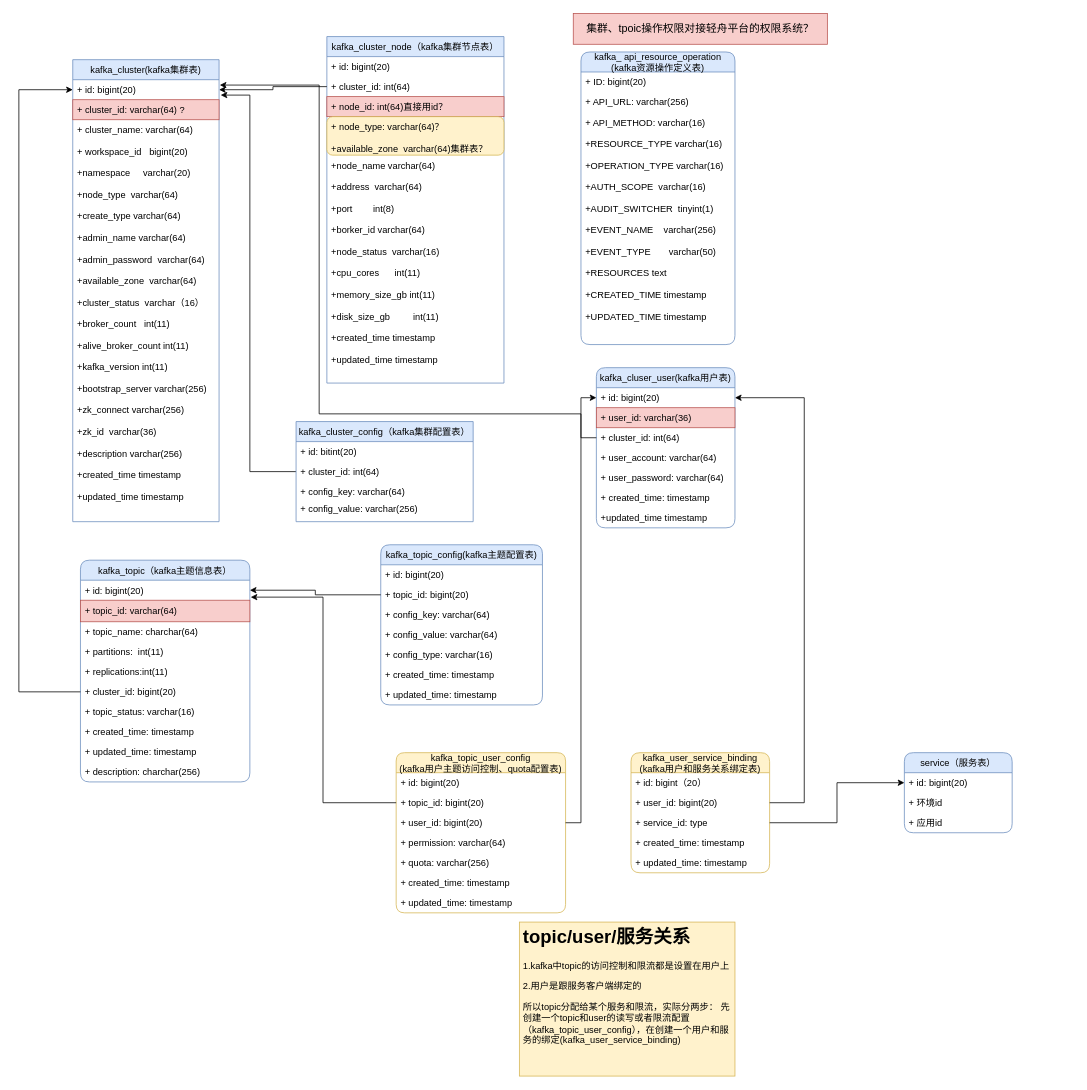
zzl-code/drawImg keeps this draw.io diagram as Untitled Diagram.drawio. Above is the earlier version. Source tidied: cells renumbered, new cells numbered last; positions are measured from the earlier drawing's top-left corner, leaving out a move shared by most shapes. Both pictures are drawn from the tidied source at 77%, with x=0, y=0 at pixel (18, 13).
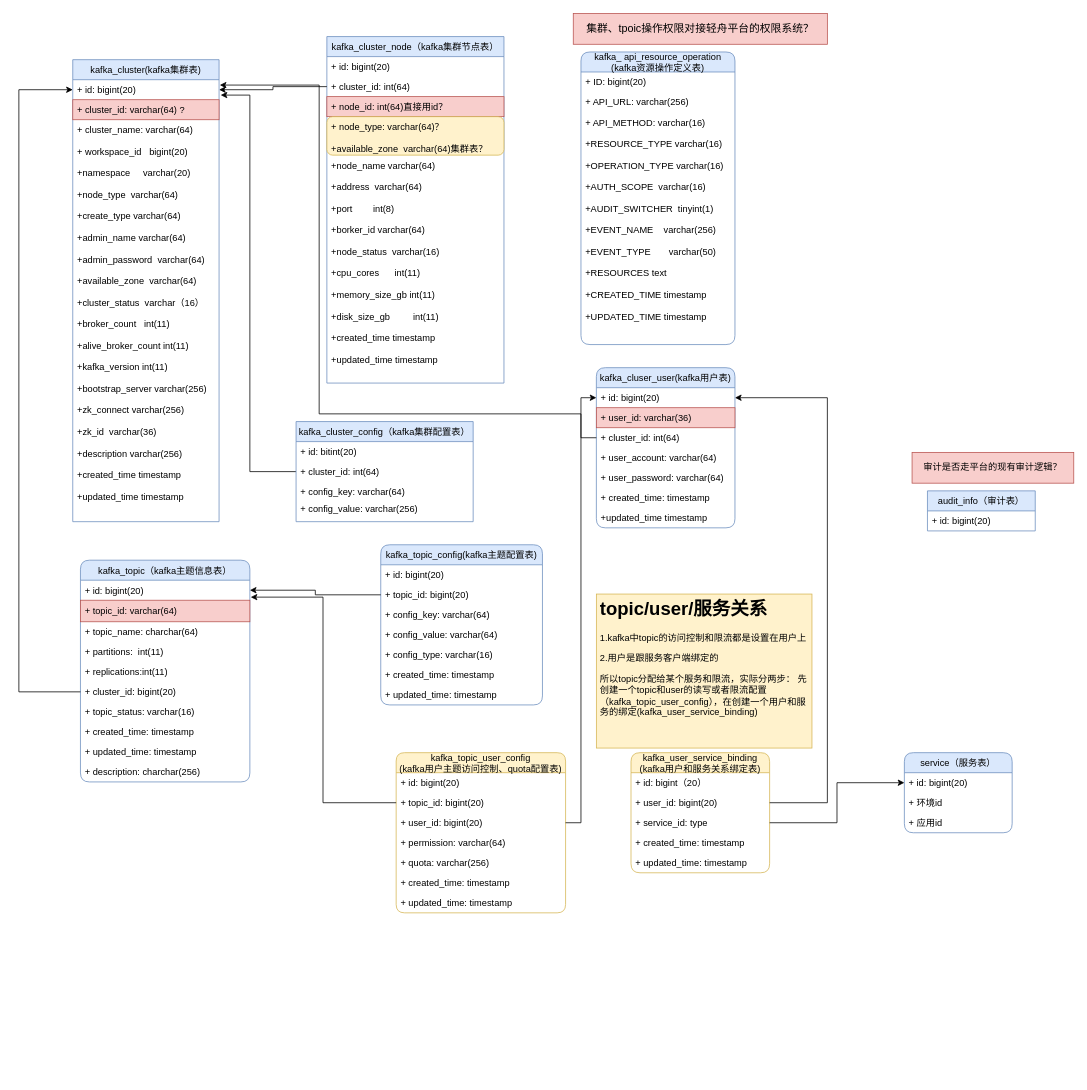
After the change.

The change refers to these unchanged cells:
```xml
<mxCell id="24" value="+ id: bigint(20)" style="text;strokeColor=none;fillColor=none;align=left;verticalAlign=top;spacingLeft=4;spacingRight=4;overflow=hidden;points=[[0,0.5],[1,0.5]];portConstraint=eastwest;" parent="23" vertex="1">
  <mxGeometry y="26" width="180" height="26" as="geometry" />
</mxCell>
<mxCell id="66" value="+ user_id: bigint(20)" style="text;strokeColor=none;fillColor=none;align=left;verticalAlign=top;spacingLeft=4;spacingRight=4;overflow=hidden;points=[[0,0.5],[1,0.5]];portConstraint=eastwest;" parent="64" vertex="1">
  <mxGeometry y="52" width="180" height="26" as="geometry" />
</mxCell>
```

The edit, as a diff of the source:
```diff
@@
     <mxCell id="70" style="edgeStyle=orthogonalEdgeStyle;rounded=0;jettySize=auto;html=1;exitX=1;exitY=0.5;exitDx=0;exitDy=0;fontColor=#000000;entryX=1;entryY=0.5;entryDx=0;entryDy=0;" parent="1" edge="1" source="66" target="24">
       <mxGeometry relative="1" as="geometry">
         <Array as="points">
-          <mxPoint x="1020" y="1025" />
-          <mxPoint x="1020" y="499" />
+          <mxPoint x="1050" y="1025" />
+          <mxPoint x="1050" y="499" />
         </Array>
       </mxGeometry>
     </mxCell>
@@
     <mxCell id="76" value="&lt;h1&gt;topic/user/服务关系&lt;/h1&gt;&lt;p&gt;1.kafka中topic的访问控制和限流都是设置在用户上&lt;/p&gt;&lt;p&gt;2.用户是跟服务客户端绑定的&lt;/p&gt;&lt;p&gt;所以topic分配给某个服务和限流，实际分两步： 先创建一个topic和user的读写或者限流配置（kafka_topic_user_config），在创建一个用户和服务的绑定(kafka_user_service_binding)&lt;/p&gt;&lt;p&gt;&lt;br&gt;&lt;/p&gt;" style="text;html=1;strokeColor=#d6b656;fillColor=#fff2cc;spacing=5;spacingTop=-20;whiteSpace=wrap;overflow=hidden;rounded=0;shadow=0;labelBackgroundColor=none;" parent="1" vertex="1">
-      <mxGeometry x="650" y="1180" width="280" height="200" as="geometry" />
+      <mxGeometry x="750" y="754" width="280" height="200" as="geometry" />
     </mxCell>
+    <mxCell id="77" value="audit_info（审计表）" style="swimlane;fontStyle=0;horizontal=1;startSize=26;fillColor=#dae8fc;strokeColor=#6c8ebf;" parent="1" vertex="1">
+      <mxGeometry x="1180" y="620" width="140" height="52" as="geometry" />
+    </mxCell>
+    <mxCell id="78" value="+ id: bigint(20)" style="text;strokeColor=none;fillColor=none;align=left;verticalAlign=top;spacingLeft=4;spacingRight=4;overflow=hidden;" parent="77" vertex="1">
+      <mxGeometry y="26" width="140" height="26" as="geometry" />
+    </mxCell>
+    <mxCell id="79" value="审计是否走平台的现有审计逻辑？" style="text;html=1;strokeColor=#b85450;fillColor=#f8cecc;align=center;verticalAlign=middle;whiteSpace=wrap;rounded=0;" parent="1" vertex="1">
+      <mxGeometry x="1160" y="570" width="210" height="40" as="geometry" />
+    </mxCell>
```
